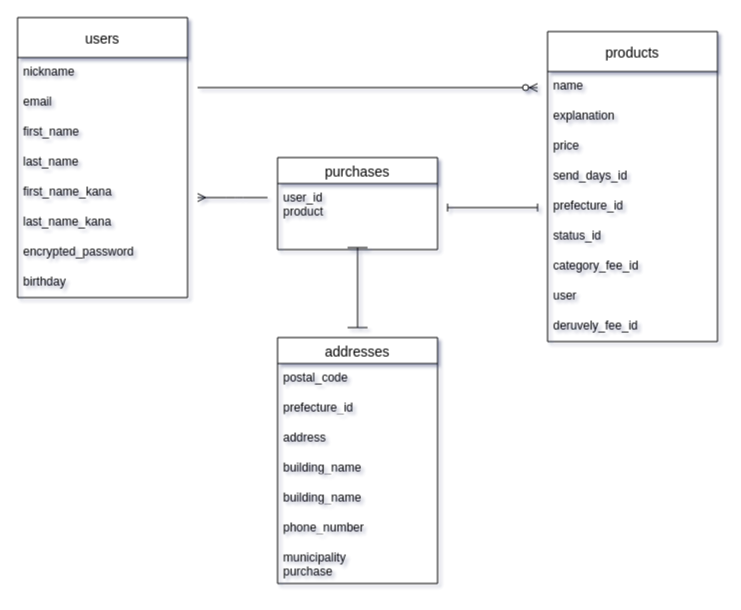
Before: er.dio in xxyychyo/furima-37867, a draw.io diagram. Source tidied: cells renumbered, new cells numbered last; positions are measured from the earlier drawing's top-left corner, leaving out a move shared by most shapes. Both pictures are drawn from the tidied source at 100%, with x=0, y=0 at pixel (17, 17).
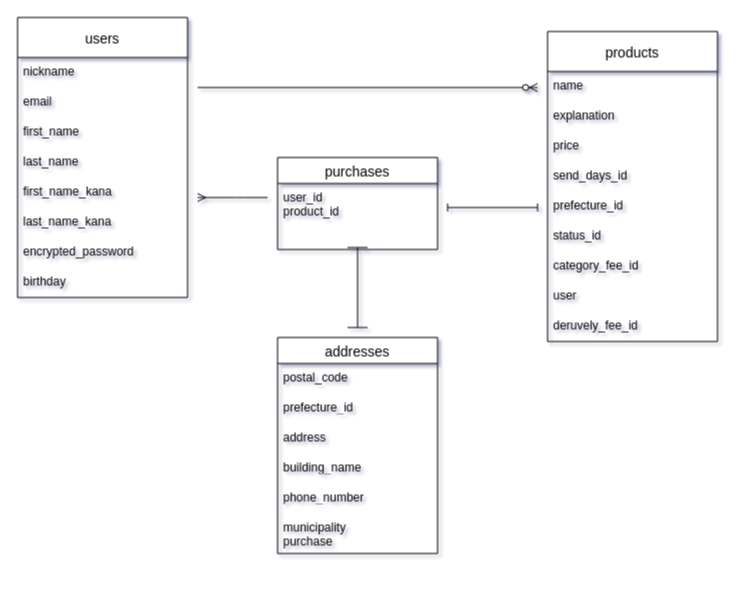
The same page after the edit.

Unchanged cells that the change refers to:
```xml
<mxCell id="12" value="purchases" style="swimlane;fontStyle=0;horizontal=1;startSize=26;align=center;fontSize=14;" parent="1" vertex="1">
  <mxGeometry x="260" y="140" width="160" height="92" as="geometry" />
</mxCell>
```

Change to the diagram source:
```diff
@@
-    <mxCell id="13" value="user_id&#10;product        &#10;&#10;" style="text;strokeColor=none;fillColor=none;spacingLeft=4;spacingRight=4;overflow=hidden;fontSize=12;" parent="12" vertex="1">
+    <mxCell id="13" value="user_id&#10;product_id&#10;&#10;" style="text;strokeColor=none;fillColor=none;spacingLeft=4;spacingRight=4;overflow=hidden;fontSize=12;" parent="12" vertex="1">
       <mxGeometry y="26" width="160" height="66" as="geometry" />
     </mxCell>
     <mxCell id="14" value="addresses" style="swimlane;fontStyle=0;horizontal=1;startSize=26;align=center;fontSize=14;" parent="1" vertex="1">
-      <mxGeometry x="260" y="320" width="160" height="246" as="geometry" />
+      <mxGeometry x="260" y="320" width="160" height="216" as="geometry" />
     </mxCell>
@@
-    <mxCell id="19" value="building_name" style="text;strokeColor=none;fillColor=none;spacingLeft=4;spacingRight=4;overflow=hidden;fontSize=12;whiteSpace=wrap;" parent="14" vertex="1">
-      <mxGeometry y="146" width="160" height="30" as="geometry" />
-    </mxCell>
     <mxCell id="20" value="phone_number" style="text;strokeColor=none;fillColor=none;spacingLeft=4;spacingRight=4;overflow=hidden;fontSize=12;whiteSpace=wrap;" parent="14" vertex="1">
-      <mxGeometry y="176" width="160" height="30" as="geometry" />
+      <mxGeometry y="146" width="160" height="30" as="geometry" />
     </mxCell>
     <mxCell id="21" value="municipality&#10;purchase " style="text;strokeColor=none;fillColor=none;spacingLeft=4;spacingRight=4;overflow=hidden;fontSize=12;" parent="14" vertex="1">
-      <mxGeometry y="206" width="160" height="40" as="geometry" />
+      <mxGeometry y="176" width="160" height="40" as="geometry" />
     </mxCell>
```
